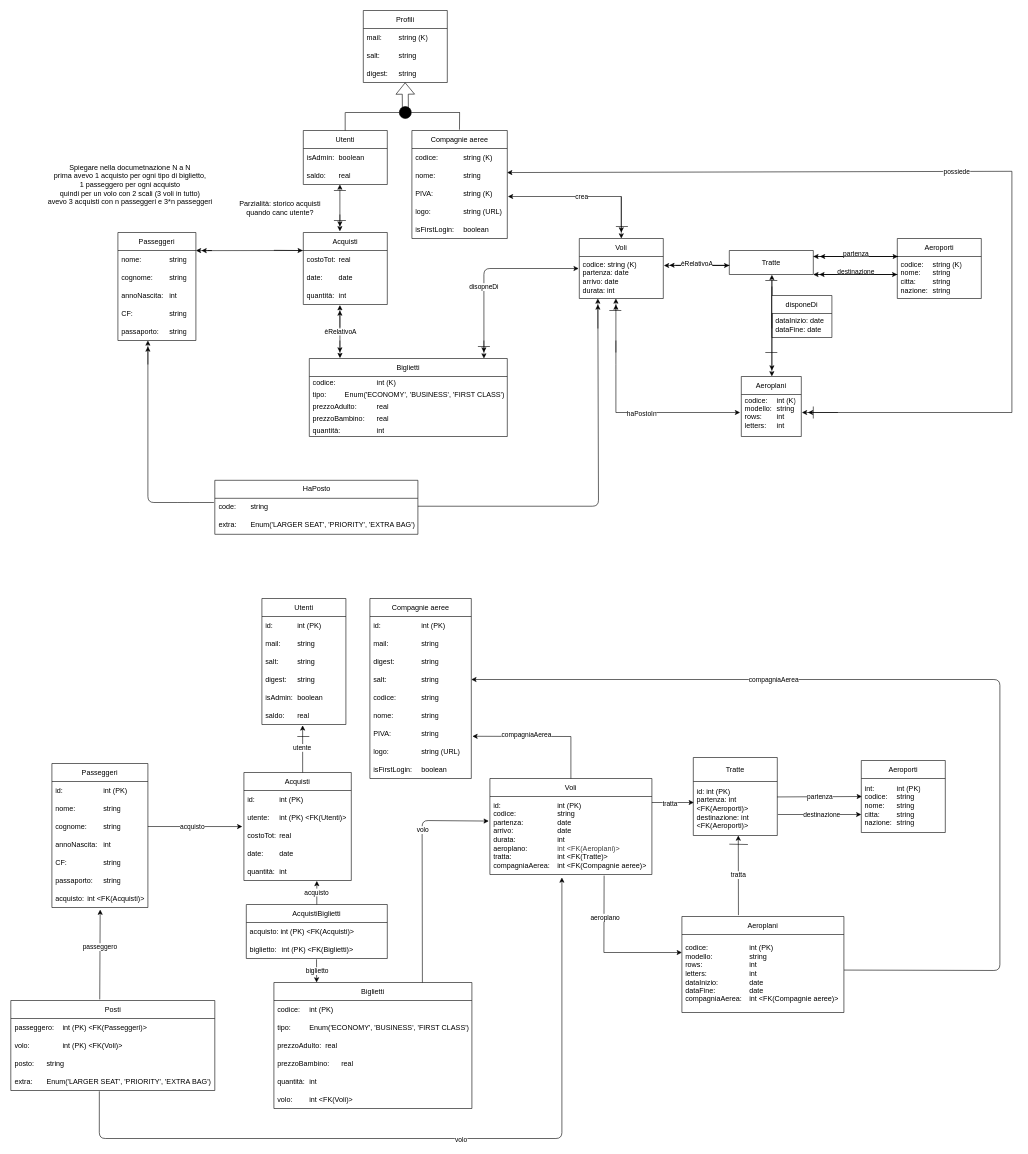
Before: BD/DB.drawio in giovanni-quacchia/Airports_projects, a draw.io diagram. Source tidied: cells renumbered, new cells numbered last; positions are measured from the earlier drawing's top-left corner, leaving out a move shared by most shapes. Both pictures are drawn from the tidied source at 60%, with x=0, y=0 at pixel (11, 10).
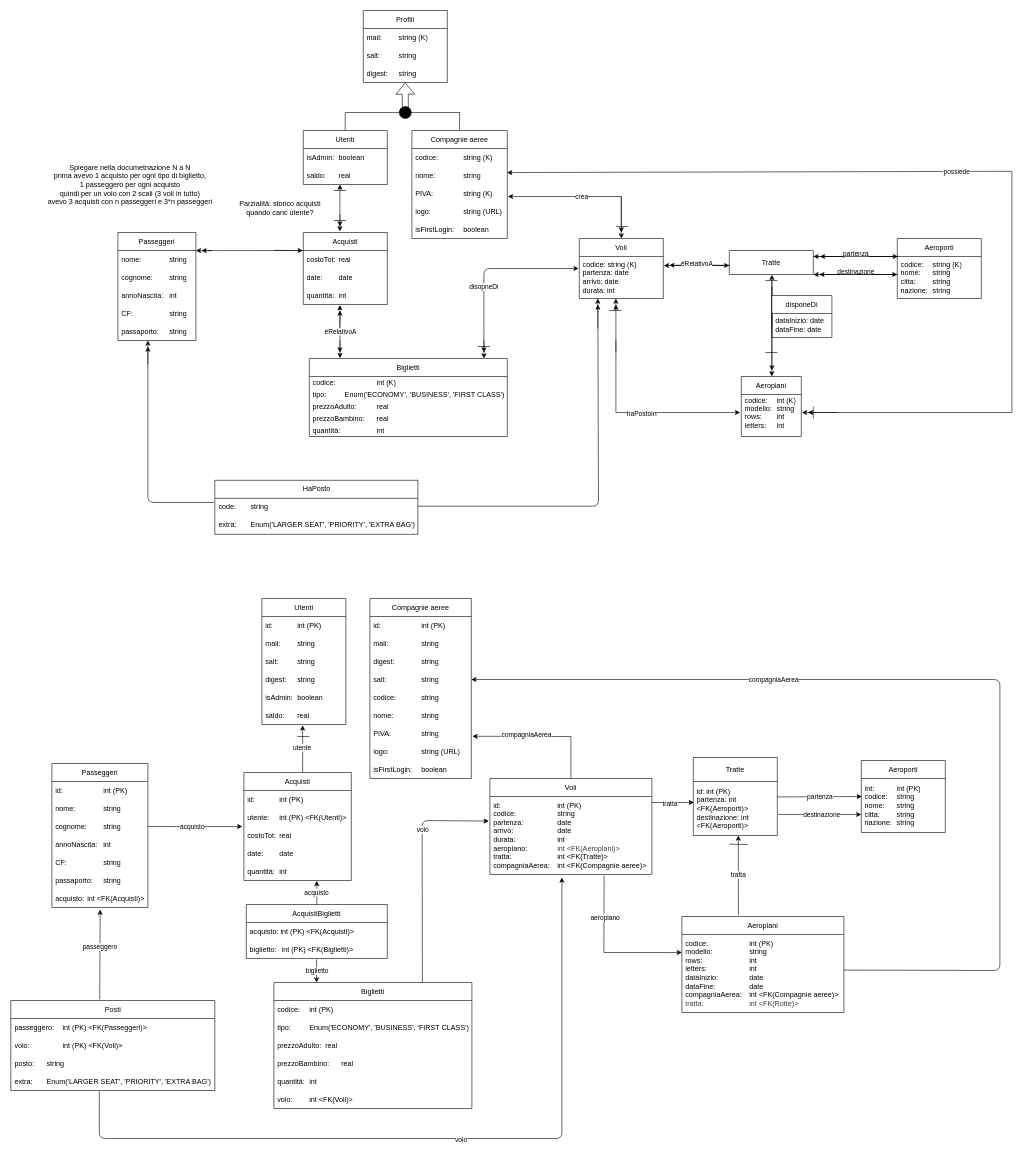
Above is the later version.

The change refers to these unchanged cells:
```xml
<mxCell id="110" value="Aeroplani" style="swimlane;fontStyle=0;horizontal=1;startSize=30;whiteSpace=wrap;html=1;" parent="1" vertex="1">
  <mxGeometry x="1118" y="1510" width="270" height="160" as="geometry" />
</mxCell>
```

Diff of the diagram source:
```diff
@@
-    <mxCell id="111" value="codice: &lt;span style=&quot;white-space: pre;&quot;&gt;&#9;&lt;span style=&quot;white-space: pre;&quot;&gt;&#9;&lt;span style=&quot;white-space: pre;&quot;&gt;&#9;&lt;/span&gt;&lt;/span&gt;&lt;/span&gt;int (PK)&lt;div&gt;&lt;font color=&quot;#000000&quot;&gt;modello: &lt;span style=&quot;white-space: pre;&quot;&gt;&#9;&lt;span style=&quot;white-space: pre;&quot;&gt;&#9;&lt;span style=&quot;white-space: pre;&quot;&gt;&#9;&lt;/span&gt;&lt;/span&gt;&lt;/span&gt;string&lt;/font&gt;&lt;/div&gt;&lt;div&gt;&lt;font color=&quot;#000000&quot;&gt;rows: &lt;span style=&quot;white-space: pre;&quot;&gt;&#9;&lt;span style=&quot;white-space: pre;&quot;&gt;&#9;&lt;span style=&quot;white-space: pre;&quot;&gt;&#9;&lt;/span&gt;&lt;/span&gt;&lt;/span&gt;int&lt;/font&gt;&lt;/div&gt;&lt;div&gt;&lt;font color=&quot;#000000&quot;&gt;letters: &lt;span style=&quot;white-space: pre;&quot;&gt;&#9;&lt;span style=&quot;white-space: pre;&quot;&gt;&#9;&lt;span style=&quot;white-space: pre;&quot;&gt;&#9;&lt;/span&gt;&lt;/span&gt;&lt;/span&gt;int&lt;/font&gt;&lt;/div&gt;&lt;div&gt;&lt;div&gt;&lt;div&gt;dataInizio: &lt;span style=&quot;white-space: pre;&quot;&gt;&#9;&lt;span style=&quot;white-space: pre;&quot;&gt;&#9;&lt;/span&gt;&lt;/span&gt;date&lt;/div&gt;&lt;/div&gt;&lt;/div&gt;&lt;div&gt;dataFine: &lt;span style=&quot;white-space: pre;&quot;&gt;&#9;&lt;span style=&quot;white-space: pre;&quot;&gt;&#9;&lt;/span&gt;&lt;/span&gt;date&lt;/div&gt;&lt;div&gt;compagniaAerea:&amp;nbsp;&lt;span style=&quot;white-space: pre;&quot;&gt;&#9;&lt;/span&gt;int &amp;lt;FK(Compagnie aeree)&amp;gt;&lt;/div&gt;" style="text;strokeColor=none;fillColor=none;align=left;verticalAlign=middle;spacingLeft=4;spacingRight=4;overflow=hidden;points=[[0,0.5],[1,0.5]];portConstraint=eastwest;whiteSpace=wrap;html=1;" parent="110" vertex="1">
+    <mxCell id="111" value="codice: &lt;span style=&quot;white-space: pre;&quot;&gt;&#9;&lt;span style=&quot;white-space: pre;&quot;&gt;&#9;&lt;span style=&quot;white-space: pre;&quot;&gt;&#9;&lt;/span&gt;&lt;/span&gt;&lt;/span&gt;int (PK)&lt;div&gt;&lt;font color=&quot;#000000&quot;&gt;modello: &lt;span style=&quot;white-space: pre;&quot;&gt;&#9;&lt;span style=&quot;white-space: pre;&quot;&gt;&#9;&lt;span style=&quot;white-space: pre;&quot;&gt;&#9;&lt;/span&gt;&lt;/span&gt;&lt;/span&gt;string&lt;/font&gt;&lt;/div&gt;&lt;div&gt;&lt;font color=&quot;#000000&quot;&gt;rows: &lt;span style=&quot;white-space: pre;&quot;&gt;&#9;&lt;span style=&quot;white-space: pre;&quot;&gt;&#9;&lt;span style=&quot;white-space: pre;&quot;&gt;&#9;&lt;/span&gt;&lt;/span&gt;&lt;/span&gt;int&lt;/font&gt;&lt;/div&gt;&lt;div&gt;&lt;font color=&quot;#000000&quot;&gt;letters: &lt;span style=&quot;white-space: pre;&quot;&gt;&#9;&lt;span style=&quot;white-space: pre;&quot;&gt;&#9;&lt;span style=&quot;white-space: pre;&quot;&gt;&#9;&lt;/span&gt;&lt;/span&gt;&lt;/span&gt;int&lt;/font&gt;&lt;/div&gt;&lt;div&gt;&lt;div&gt;&lt;div&gt;dataInizio: &lt;span style=&quot;white-space: pre;&quot;&gt;&#9;&lt;span style=&quot;white-space: pre;&quot;&gt;&#9;&lt;/span&gt;&lt;/span&gt;date&lt;/div&gt;&lt;/div&gt;&lt;/div&gt;&lt;div&gt;dataFine: &lt;span style=&quot;white-space: pre;&quot;&gt;&#9;&lt;span style=&quot;white-space: pre;&quot;&gt;&#9;&lt;/span&gt;&lt;/span&gt;date&lt;/div&gt;&lt;div&gt;compagniaAerea:&amp;nbsp;&lt;span style=&quot;white-space: pre;&quot;&gt;&#9;&lt;/span&gt;int &amp;lt;FK(Compagnie aeree)&amp;gt;&lt;/div&gt;&lt;div&gt;&lt;span style=&quot;color: rgb(63, 63, 63);&quot;&gt;tratta:&amp;nbsp;&lt;/span&gt;&lt;span style=&quot;color: rgb(63, 63, 63); scrollbar-color: rgb(226, 226, 226) rgb(251, 251, 251); white-space: pre;&quot;&gt;&#9;&lt;span style=&quot;white-space: pre;&quot;&gt;&#9;&lt;/span&gt;&lt;span style=&quot;white-space: pre;&quot;&gt;&#9;&lt;/span&gt;&lt;/span&gt;&lt;span style=&quot;color: rgb(63, 63, 63);&quot;&gt;int &amp;lt;FK(Rotte)&amp;gt;&lt;/span&gt;&lt;/div&gt;" style="text;strokeColor=none;fillColor=none;align=left;verticalAlign=middle;spacingLeft=4;spacingRight=4;overflow=hidden;points=[[0,0.5],[1,0.5]];portConstraint=eastwest;whiteSpace=wrap;html=1;" parent="110" vertex="1">
       <mxGeometry y="30" width="270" height="130" as="geometry" />
     </mxCell>
```
